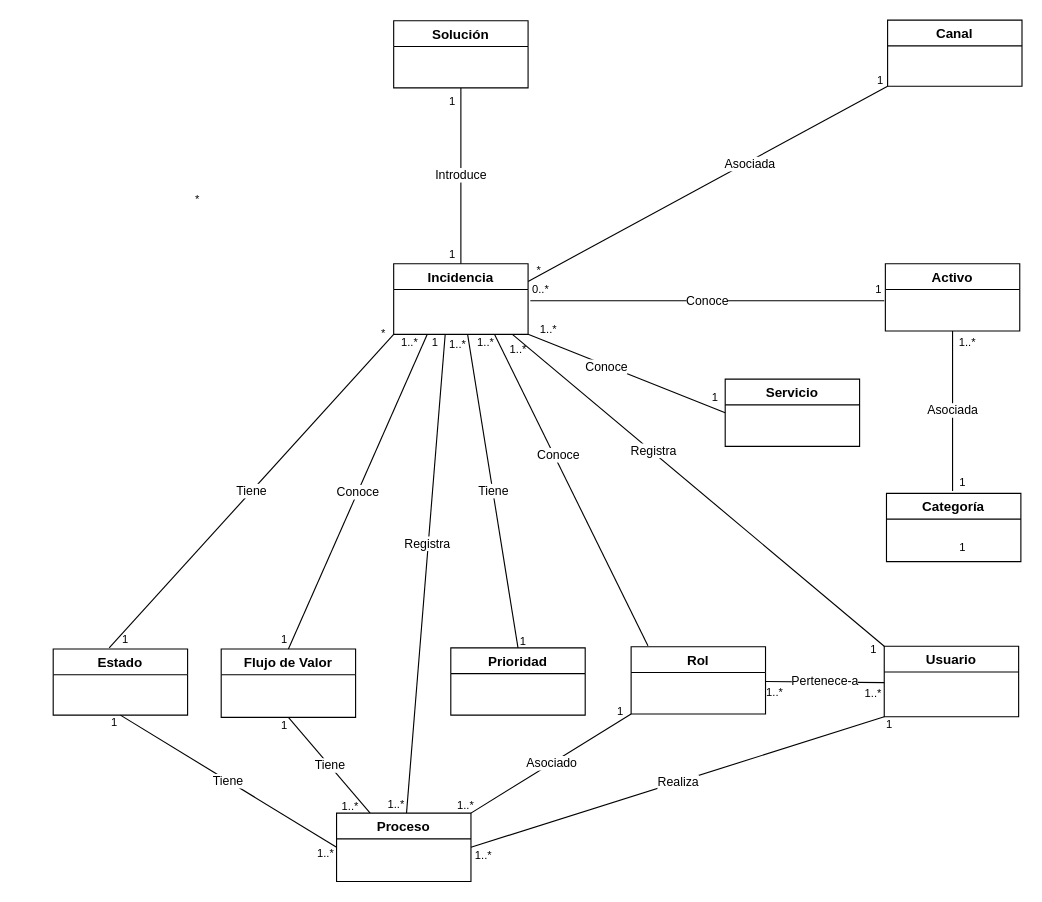
This is documentation/Modelo/Análisis/Dominio/ModeloDominio.drawio from RodSebDaS/HDWeTIL, a draw.io file, before an edit. Source tidied: cells renumbered, new cells numbered last; positions are measured from the earlier drawing's top-left corner, leaving out a move shared by most shapes. Both pictures are drawn from the tidied source at 112%, with x=0, y=0 at pixel (19, 20).
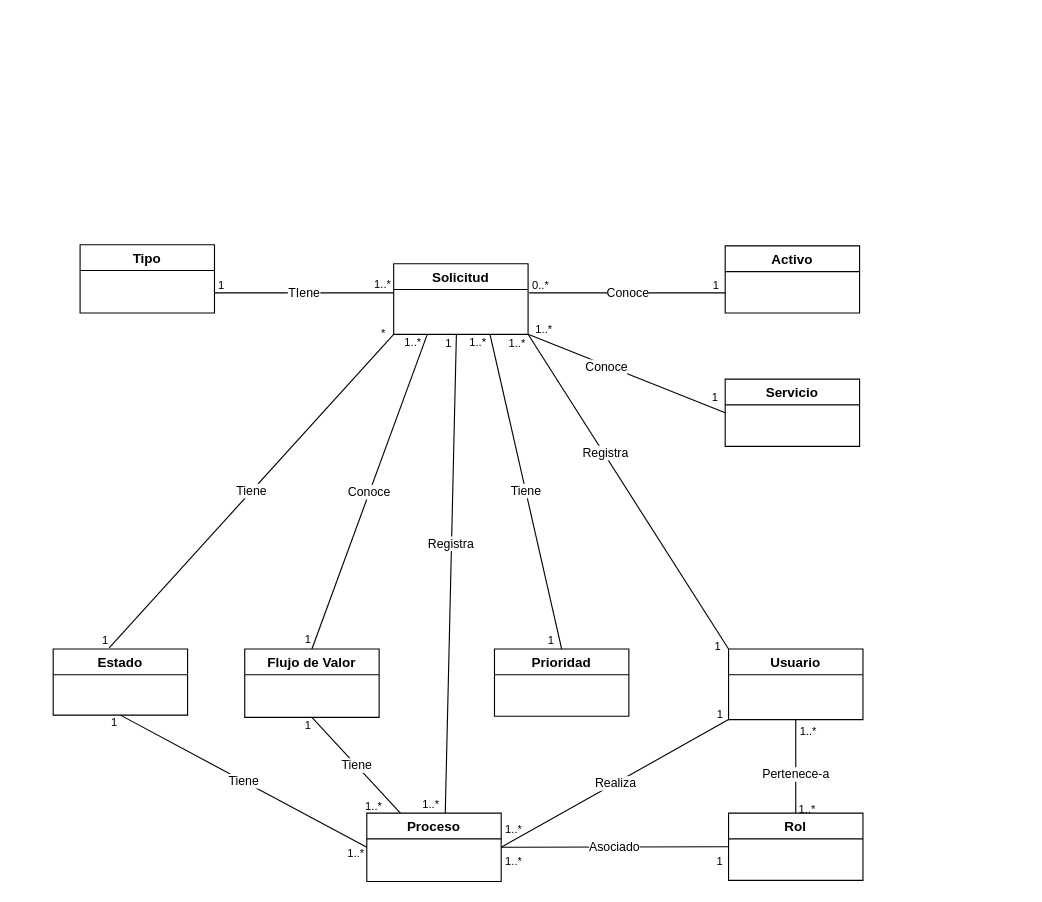
The same page after the edit.

The change refers to these unchanged cells:
```xml
<mxCell id="8" value="Servicio" style="swimlane;startSize=23;rounded=0;" parent="1" vertex="1">
  <mxGeometry x="630" y="320" width="120" height="60" as="geometry" />
</mxCell>
```

What changed in the source:
```diff
@@
-    <mxCell id="2" value="Solución" style="swimlane;startSize=23;rounded=0;" parent="1" vertex="1">
-      <mxGeometry x="334" width="120" height="60" as="geometry" />
-    </mxCell>
-    <mxCell id="3" value="1" style="html=1;align=left;verticalAlign=top;labelBackgroundColor=none;fontSize=10;" parent="2" vertex="1">
-      <mxGeometry x="48" y="60" as="geometry" />
-    </mxCell>
@@
-    <mxCell id="5" style="edgeStyle=none;html=1;exitX=0;exitY=0;exitDx=0;exitDy=0;endArrow=none;endFill=0;" parent="1" edge="1" source="7">
-      <mxGeometry relative="1" as="geometry">
-        <mxPoint x="440" y="280" as="targetPoint" />
-      </mxGeometry>
+    <mxCell id="5" style="edgeStyle=none;html=1;exitX=0;exitY=0;exitDx=0;exitDy=0;endArrow=none;endFill=0;entryX=1;entryY=1;entryDx=0;entryDy=0;" parent="1" edge="1" source="7" target="26">
+      <mxGeometry relative="1" as="geometry" />
     </mxCell>
@@
     <mxCell id="7" value="Usuario" style="swimlane;rounded=0;startSize=23;" parent="1" vertex="1">
-      <mxGeometry x="772" y="558.5" width="120" height="63" as="geometry" />
+      <mxGeometry x="633" y="561" width="120" height="63" as="geometry" />
     </mxCell>
+    <mxCell id="63" value="1" style="html=1;align=left;verticalAlign=top;labelBackgroundColor=none;fontSize=10;" parent="7" vertex="1">
+      <mxGeometry x="-103" y="53" as="geometry">
+        <mxPoint x="91" y="-7" as="offset" />
+      </mxGeometry>
+    </mxCell>
@@
-    <mxCell id="9" value="Asociada" style="edgeStyle=none;html=1;entryX=0.5;entryY=1;entryDx=0;entryDy=0;endArrow=none;endFill=0;" parent="1" edge="1" target="53">
-      <mxGeometry relative="1" as="geometry">
-        <mxPoint x="833" y="420" as="sourcePoint" />
-      </mxGeometry>
-    </mxCell>
-    <mxCell id="10" value="Categoría" style="swimlane;startSize=23;rounded=0;" parent="1" vertex="1">
-      <mxGeometry x="774" y="422" width="120" height="61" as="geometry" />
+    <mxCell id="10" value="Tipo" style="swimlane;startSize=23;rounded=0;" parent="1" vertex="1">
+      <mxGeometry x="54" y="200" width="120" height="61" as="geometry" />
     </mxCell>
     <mxCell id="11" value="Prioridad" style="swimlane;startSize=23;rounded=0;" parent="1" vertex="1">
-      <mxGeometry x="385" y="560" width="120" height="60" as="geometry" />
+      <mxGeometry x="424" y="561" width="120" height="60" as="geometry" />
     </mxCell>
     <mxCell id="12" value="Tiene" style="edgeStyle=none;html=1;entryX=0.5;entryY=0;entryDx=0;entryDy=0;endArrow=none;endFill=0;startArrow=none;startFill=0;rounded=0;" parent="1" edge="1" target="11">
       <mxGeometry relative="1" as="geometry">
-        <mxPoint x="400" y="280" as="sourcePoint" />
+        <mxPoint x="420" y="280" as="sourcePoint" />
       </mxGeometry>
     </mxCell>
     <mxCell id="13" value="1..*" style="edgeLabel;html=1;align=center;verticalAlign=middle;fontSize=10;" parent="12" vertex="1">
       <mxGeometry x="-0.81" y="-3" relative="1" as="geometry">
-        <mxPoint x="-11" y="-19" as="offset" />
+        <mxPoint x="-15" y="-20" as="offset" />
       </mxGeometry>
     </mxCell>
-    <mxCell id="14" style="edgeStyle=none;html=1;exitX=1;exitY=1;exitDx=0;exitDy=0;entryX=0;entryY=0.5;entryDx=0;entryDy=0;endArrow=none;endFill=0;startArrow=none;startFill=0;rounded=0;" parent="1" edge="1" source="26" target="8">
+    <mxCell id="14" style="edgeStyle=none;html=1;entryX=0;entryY=0.5;entryDx=0;entryDy=0;endArrow=none;endFill=0;startArrow=none;startFill=0;rounded=0;exitX=1;exitY=1;exitDx=0;exitDy=0;" parent="1" edge="1" source="26" target="8">
       <mxGeometry relative="1" as="geometry" />
     </mxCell>
@@
-    <mxCell id="17" style="edgeStyle=none;html=1;endArrow=none;endFill=0;" parent="1" edge="1" target="43">
+    <mxCell id="17" style="edgeStyle=none;html=1;endArrow=none;endFill=0;" parent="1" edge="1">
       <mxGeometry relative="1" as="geometry">
-        <mxPoint x="380" y="280" as="sourcePoint" />
+        <mxPoint x="390" y="280" as="sourcePoint" />
+        <mxPoint x="380" y="710" as="targetPoint" />
       </mxGeometry>
     </mxCell>
@@
-    <mxCell id="19" style="edgeStyle=none;html=1;exitX=1;exitY=0.25;exitDx=0;exitDy=0;entryX=0;entryY=1;entryDx=0;entryDy=0;endArrow=none;endFill=0;" parent="1" edge="1" source="26" target="47">
-      <mxGeometry relative="1" as="geometry" />
-    </mxCell>
-    <mxCell id="20" value="Asociada" style="edgeLabel;html=1;align=center;verticalAlign=middle;" parent="19" vertex="1">
-      <mxGeometry x="0.44" y="1" relative="1" as="geometry">
-        <mxPoint x="-33" y="21" as="offset" />
-      </mxGeometry>
-    </mxCell>
@@
-    <mxCell id="22" style="edgeStyle=none;html=1;entryX=0.125;entryY=-0.017;entryDx=0;entryDy=0;entryPerimeter=0;endArrow=none;endFill=0;exitX=0.75;exitY=1;exitDx=0;exitDy=0;" parent="1" edge="1" source="26" target="29">
-      <mxGeometry relative="1" as="geometry" />
-    </mxCell>
-    <mxCell id="23" value="Conoce" style="edgeLabel;html=1;align=center;verticalAlign=middle;" parent="22" vertex="1">
-      <mxGeometry x="-0.22" y="3" relative="1" as="geometry" />
-    </mxCell>
@@
-    <mxCell id="25" value="Conoce" style="edgeStyle=none;html=1;endArrow=none;endFill=0;" parent="1" edge="1">
+    <mxCell id="25" value="Conoce" style="edgeStyle=none;html=1;endArrow=none;endFill=0;exitX=1.008;exitY=0.413;exitDx=0;exitDy=0;exitPerimeter=0;" parent="1" edge="1" source="26">
       <mxGeometry relative="1" as="geometry">
-        <mxPoint x="456" y="250" as="sourcePoint" />
-        <mxPoint x="772" y="250" as="targetPoint" />
+        <mxPoint x="630" y="243" as="targetPoint" />
       </mxGeometry>
     </mxCell>
+    <mxCell id="71" value="TIene" style="edgeStyle=none;html=1;endArrow=none;endFill=0;" parent="1" edge="1">
+      <mxGeometry relative="1" as="geometry">
+        <mxPoint x="334" y="243" as="sourcePoint" />
+        <mxPoint x="174" y="243" as="targetPoint" />
+      </mxGeometry>
+    </mxCell>
-    <mxCell id="26" value="Incidencia" style="swimlane;startSize=23;rounded=0;" parent="1" vertex="1">
+    <mxCell id="26" value="Solicitud" style="swimlane;startSize=23;rounded=0;" parent="1" vertex="1">
       <mxGeometry x="334" y="217" width="120" height="63" as="geometry" />
     </mxCell>
-    <mxCell id="27" value="Asociado" style="edgeStyle=none;html=1;exitX=0;exitY=1;exitDx=0;exitDy=0;entryX=1;entryY=0;entryDx=0;entryDy=0;endArrow=none;endFill=0;" parent="1" edge="1" source="29" target="43">
-      <mxGeometry relative="1" as="geometry" />
+    <mxCell id="27" value="Asociado" style="edgeStyle=none;html=1;exitX=0;exitY=0.5;exitDx=0;exitDy=0;endArrow=none;endFill=0;" parent="1" edge="1" source="29">
+      <mxGeometry relative="1" as="geometry">
+        <mxPoint x="430" y="738" as="targetPoint" />
+      </mxGeometry>
     </mxCell>
-    <mxCell id="28" value="Pertenece-a" style="edgeStyle=none;html=1;entryX=0;entryY=0.5;entryDx=0;entryDy=0;endArrow=none;endFill=0;" parent="1" edge="1">
+    <mxCell id="28" value="Pertenece-a" style="edgeStyle=none;html=1;entryX=0.5;entryY=1;entryDx=0;entryDy=0;endArrow=none;endFill=0;" parent="1" edge="1" target="7">
       <mxGeometry relative="1" as="geometry">
-        <mxPoint x="666" y="590" as="sourcePoint" />
-        <mxPoint x="772" y="591" as="targetPoint" />
+        <mxPoint x="693" y="721.5" as="sourcePoint" />
       </mxGeometry>
     </mxCell>
     <mxCell id="29" value="Rol" style="swimlane;startSize=23;rounded=0;" parent="1" vertex="1">
-      <mxGeometry x="546" y="559" width="120" height="60" as="geometry" />
+      <mxGeometry x="633" y="707.5" width="120" height="60" as="geometry" />
     </mxCell>
-    <mxCell id="30" value="1..*" style="html=1;align=right;verticalAlign=top;labelBackgroundColor=none;fontSize=10;" parent="1" vertex="1">
-      <mxGeometry x="424" y="275" as="geometry" />
-    </mxCell>
     <mxCell id="31" value="1..*" style="html=1;align=right;verticalAlign=top;labelBackgroundColor=none;fontSize=10;" parent="1" vertex="1">
-      <mxGeometry x="313" y="613" as="geometry">
+      <mxGeometry x="334" y="613" as="geometry">
         <mxPoint x="-10" y="76" as="offset" />
       </mxGeometry>
     </mxCell>
     <mxCell id="32" value="1" style="html=1;align=right;verticalAlign=top;labelBackgroundColor=none;fontSize=10;" parent="1" vertex="1">
-      <mxGeometry x="393" y="232" as="geometry">
+      <mxGeometry x="405" y="233" as="geometry">
         <mxPoint x="-19" y="43" as="offset" />
       </mxGeometry>
     </mxCell>
     <mxCell id="33" value="1" style="html=1;align=left;verticalAlign=top;labelBackgroundColor=none;fontSize=10;" parent="1" vertex="1">
-      <mxGeometry x="445" y="542" as="geometry" />
+      <mxGeometry x="470" y="541" as="geometry" />
     </mxCell>
     <mxCell id="34" value="1..*" style="html=1;align=right;verticalAlign=top;labelBackgroundColor=none;fontSize=10;" parent="1" vertex="1">
-      <mxGeometry x="682" y="587" as="geometry" />
+      <mxGeometry x="711" y="691.5" as="geometry" />
     </mxCell>
-    <mxCell id="35" value="Introduce" style="endArrow=none;html=1;sketch=0;strokeColor=default;jumpStyle=line;exitX=0.5;exitY=0;exitDx=0;exitDy=0;entryX=0.5;entryY=1;entryDx=0;entryDy=0;" parent="1" edge="1" source="26" target="2">
-      <mxGeometry relative="1" as="geometry">
-        <Array as="points">
-          <mxPoint x="394" y="170" />
-        </Array>
-      </mxGeometry>
-    </mxCell>
-    <mxCell id="36" value="1" style="html=1;align=left;verticalAlign=top;labelBackgroundColor=none;fontSize=10;" parent="1" vertex="1">
-      <mxGeometry x="382" y="196" as="geometry" />
-    </mxCell>
-    <mxCell id="37" value="1..*" style="html=1;align=right;verticalAlign=top;labelBackgroundColor=none;fontSize=10;" parent="1" vertex="1">
-      <mxGeometry x="715" y="251" as="geometry">
-        <mxPoint x="139" y="24" as="offset" />
-      </mxGeometry>
-    </mxCell>
@@
     <mxCell id="42" value="1" style="html=1;align=left;verticalAlign=top;labelBackgroundColor=none;fontSize=10;" parent="1" vertex="1">
-      <mxGeometry x="90" y="540" as="geometry" />
+      <mxGeometry x="72" y="541" as="geometry" />
     </mxCell>
     <mxCell id="43" value="Proceso" style="swimlane;startSize=23;rounded=0;" parent="1" vertex="1">
-      <mxGeometry x="283" y="707.5" width="120" height="61" as="geometry" />
+      <mxGeometry x="310" y="707.5" width="120" height="61" as="geometry" />
     </mxCell>
     <mxCell id="44" value="1..*" style="html=1;align=left;verticalAlign=top;labelBackgroundColor=none;fontSize=10;" parent="1" vertex="1">
-      <mxGeometry x="607" y="278.5" as="geometry">
+      <mxGeometry x="603" y="278.5" as="geometry">
         <mxPoint x="-144" y="-16" as="offset" />
       </mxGeometry>
     </mxCell>
-    <mxCell id="45" value="*" style="html=1;align=right;verticalAlign=top;labelBackgroundColor=none;fontSize=10;" parent="1" vertex="1">
-      <mxGeometry x="188" y="235" as="geometry">
-        <mxPoint x="-27" y="-88" as="offset" />
-      </mxGeometry>
-    </mxCell>
     <mxCell id="46" value="1..*" style="html=1;align=right;verticalAlign=top;labelBackgroundColor=none;fontSize=10;" parent="1" vertex="1">
-      <mxGeometry x="414" y="739" as="geometry">
+      <mxGeometry x="441" y="715.5" as="geometry">
         <mxPoint x="8" y="-6" as="offset" />
       </mxGeometry>
     </mxCell>
-    <mxCell id="47" value="Canal" style="swimlane;startSize=23;rounded=0;" parent="1" vertex="1">
-      <mxGeometry x="775" y="-0.5" width="120" height="59" as="geometry" />
-    </mxCell>
-    <mxCell id="48" value="1" style="html=1;align=left;verticalAlign=top;labelBackgroundColor=none;fontSize=10;" parent="1" vertex="1">
-      <mxGeometry x="595" y="18" as="geometry">
-        <mxPoint x="169" y="23" as="offset" />
-      </mxGeometry>
-    </mxCell>
-    <mxCell id="49" value="*" style="html=1;align=right;verticalAlign=top;labelBackgroundColor=none;fontSize=10;" parent="1" vertex="1">
-      <mxGeometry x="360" y="310" as="geometry">
-        <mxPoint x="106" y="-99" as="offset" />
-      </mxGeometry>
-    </mxCell>
     <mxCell id="50" value="0..*" style="html=1;align=right;verticalAlign=top;labelBackgroundColor=none;fontSize=10;" parent="1" vertex="1">
-      <mxGeometry x="473" y="228" as="geometry" />
+      <mxGeometry x="473" y="224" as="geometry" />
     </mxCell>
     <mxCell id="51" value="Flujo de Valor" style="swimlane;startSize=23;rounded=0;" parent="1" vertex="1">
-      <mxGeometry x="180" y="561" width="120" height="61" as="geometry" />
+      <mxGeometry x="201" y="561" width="120" height="61" as="geometry" />
     </mxCell>
@@
     <mxCell id="53" value="Activo" style="swimlane;startSize=23;rounded=0;" parent="1" vertex="1">
-      <mxGeometry x="773" y="217" width="120" height="60" as="geometry" />
+      <mxGeometry x="630" y="201" width="120" height="60" as="geometry" />
     </mxCell>
-    <mxCell id="54" value="1" style="html=1;align=right;verticalAlign=top;labelBackgroundColor=none;fontSize=10;" parent="1" vertex="1">
-      <mxGeometry x="845" y="400" as="geometry" />
-    </mxCell>
@@
     <mxCell id="58" value="1..*" style="html=1;align=right;verticalAlign=top;labelBackgroundColor=none;fontSize=10;" parent="1" vertex="1">
-      <mxGeometry x="766" y="590" as="geometry">
+      <mxGeometry x="708" y="623.5" as="geometry">
         <mxPoint x="4" y="-2" as="offset" />
       </mxGeometry>
     </mxCell>
-    <mxCell id="59" value="1" style="html=1;align=right;verticalAlign=top;labelBackgroundColor=none;fontSize=10;direction=south;" parent="1" vertex="1">
-      <mxGeometry x="834" y="545" as="geometry">
-        <mxPoint x="11" y="-87" as="offset" />
-      </mxGeometry>
-    </mxCell>
     <mxCell id="60" value="1" style="html=1;align=left;verticalAlign=top;labelBackgroundColor=none;fontSize=10;" parent="1" vertex="1">
-      <mxGeometry x="560" y="720" as="geometry">
+      <mxGeometry x="407" y="650" as="geometry">
         <mxPoint x="212" y="-104" as="offset" />
       </mxGeometry>
     </mxCell>
     <mxCell id="61" value="1" style="html=1;align=left;verticalAlign=top;labelBackgroundColor=none;fontSize=10;" parent="1" vertex="1">
-      <mxGeometry x="232" y="617" as="geometry" />
+      <mxGeometry x="253" y="617" as="geometry" />
     </mxCell>
     <mxCell id="62" value="1..*" style="html=1;align=left;verticalAlign=top;labelBackgroundColor=none;fontSize=10;" parent="1" vertex="1">
-      <mxGeometry x="327" y="687" as="geometry" />
+      <mxGeometry x="358" y="687" as="geometry" />
     </mxCell>
-    <mxCell id="63" value="1" style="html=1;align=left;verticalAlign=top;labelBackgroundColor=none;fontSize=10;" parent="1" vertex="1">
-      <mxGeometry x="667" y="555.5" as="geometry">
-        <mxPoint x="91" y="-7" as="offset" />
-      </mxGeometry>
-    </mxCell>
     <mxCell id="64" value="1..*" style="html=1;align=right;verticalAlign=top;labelBackgroundColor=none;fontSize=10;" parent="1" vertex="1">
-      <mxGeometry x="480" y="277" as="geometry">
+      <mxGeometry x="479" y="272" as="geometry">
         <mxPoint x="-27" y="4" as="offset" />
       </mxGeometry>
     </mxCell>
     <mxCell id="65" value="1..*" style="html=1;align=left;verticalAlign=top;labelBackgroundColor=none;fontSize=10;" parent="1" vertex="1">
-      <mxGeometry x="264" y="731" as="geometry" />
+      <mxGeometry x="291" y="731" as="geometry" />
     </mxCell>
     <mxCell id="66" value="1" style="html=1;align=left;verticalAlign=top;labelBackgroundColor=none;fontSize=10;" parent="1" vertex="1">
-      <mxGeometry x="232" y="540" as="geometry" />
+      <mxGeometry x="253" y="540" as="geometry" />
     </mxCell>
     <mxCell id="67" value="1..*" style="text;html=1;align=center;verticalAlign=middle;strokeColor=none;fillColor=none;fontSize=10;" parent="1" vertex="1">
-      <mxGeometry x="333" y="277" width="30" height="20" as="geometry" />
+      <mxGeometry x="336" y="277" width="30" height="20" as="geometry" />
     </mxCell>
     <mxCell id="68" value="1" style="html=1;align=right;verticalAlign=top;labelBackgroundColor=none;fontSize=10;" parent="1" vertex="1">
-      <mxGeometry x="770" y="228" as="geometry" />
+      <mxGeometry x="625" y="224" as="geometry" />
     </mxCell>
-    <mxCell id="69" value="1..*" style="html=1;align=right;verticalAlign=top;labelBackgroundColor=none;fontSize=10;" parent="1" vertex="1">
-      <mxGeometry x="424" y="749" as="geometry">
-        <mxPoint x="-18" y="-61" as="offset" />
-      </mxGeometry>
-    </mxCell>
-    <mxCell id="70" value="1" style="html=1;align=left;verticalAlign=top;labelBackgroundColor=none;fontSize=10;" parent="1" vertex="1">
-      <mxGeometry x="320" y="707.5" as="geometry">
-        <mxPoint x="212" y="-104" as="offset" />
-      </mxGeometry>
-    </mxCell>
+    <mxCell id="72" value="&lt;font style=&quot;font-size: 10px;&quot;&gt;1&lt;/font&gt;" style="text;html=1;align=center;verticalAlign=middle;strokeColor=none;fillColor=none;" parent="1" vertex="1">
+      <mxGeometry x="165" y="221" width="30" height="30" as="geometry" />
+    </mxCell>
+    <mxCell id="73" value="1..*" style="text;html=1;align=center;verticalAlign=middle;strokeColor=none;fillColor=none;fontSize=10;" parent="1" vertex="1">
+      <mxGeometry x="304" y="220" width="40" height="30" as="geometry" />
+    </mxCell>
+    <mxCell id="74" value="1" style="text;html=1;align=center;verticalAlign=middle;strokeColor=none;fillColor=none;fontSize=10;" parent="1" vertex="1">
+      <mxGeometry x="610" y="735" width="30" height="30" as="geometry" />
+    </mxCell>
+    <mxCell id="75" value="1..*" style="text;html=1;align=center;verticalAlign=middle;strokeColor=none;fillColor=none;fontSize=10;" parent="1" vertex="1">
+      <mxGeometry x="421" y="735" width="40" height="30" as="geometry" />
+    </mxCell>
```
